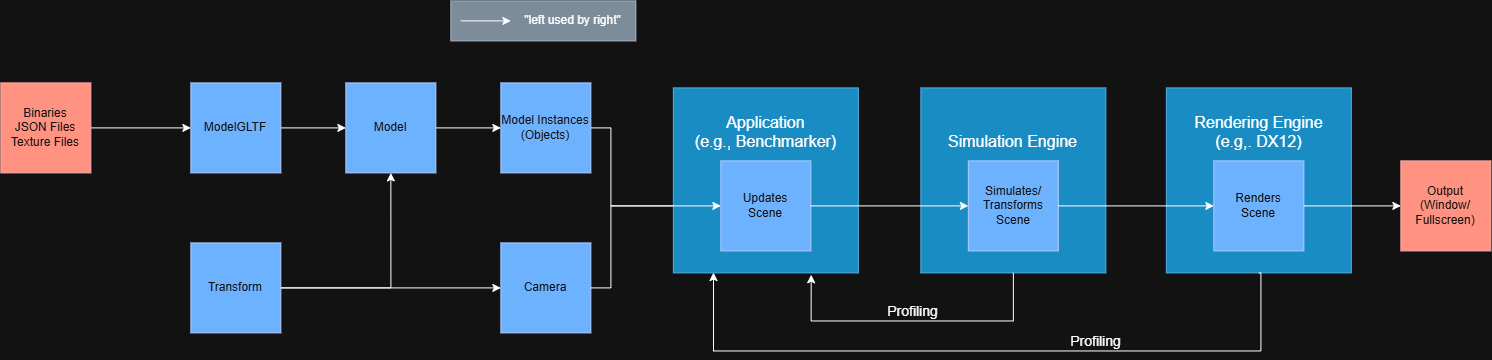
Above: docs/images/BasicArchitecture.png in aanupam3/BouncyRoomDX12 (draw.io), before the change. Source tidied: cells renumbered, new cells last; positions are measured from the earlier drawing's top-left corner, leaving out a move shared by most shapes.
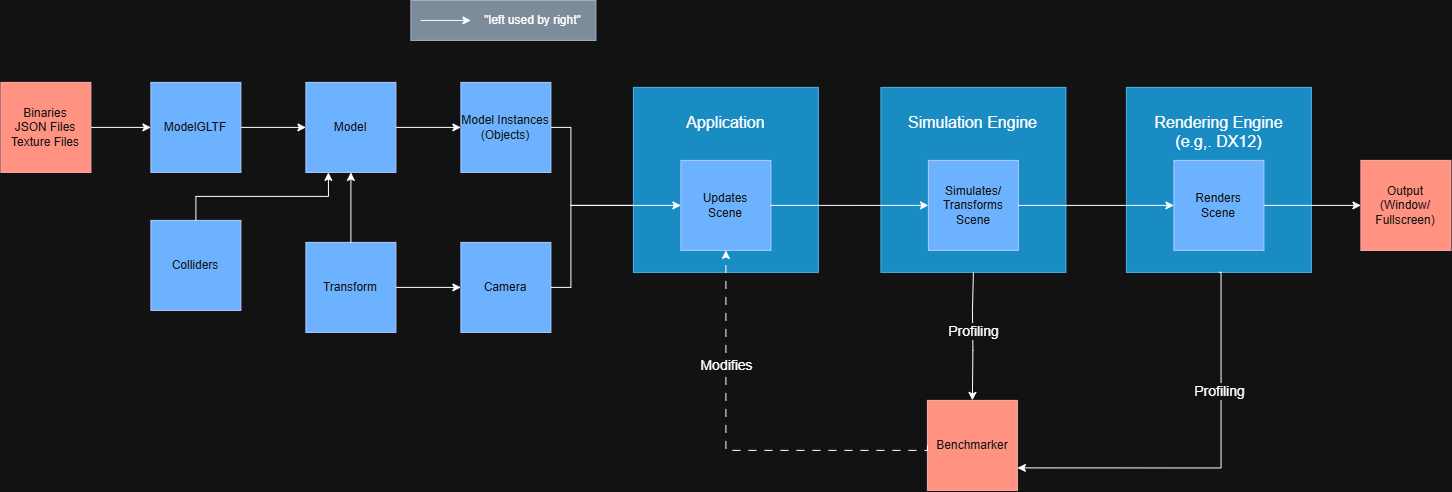
The same file after the commit.

What changed in the source:
```diff
@@ -26,7 +26,7 @@
       <mxGeometry relative="1" as="geometry" />
     </mxCell>
     <mxCell id="8" value="Transform" style="whiteSpace=wrap;html=1;fillColor=#0050ef;fontColor=#ffffff;strokeColor=#001DBC;" parent="1" vertex="1">
-      <mxGeometry x="190" y="242" width="90" height="90" as="geometry" />
+      <mxGeometry x="345" y="242" width="90" height="90" as="geometry" />
     </mxCell>
     <mxCell id="9" style="edgeStyle=orthogonalEdgeStyle;rounded=0;jettySize=auto;html=1;entryX=0.5;entryY=1;entryDx=0;entryDy=0;" parent="1" edge="1" source="8" target="6">
       <mxGeometry relative="1" as="geometry" />
@@ -58,12 +58,12 @@
       <mxGeometry relative="1" as="geometry" />
     </mxCell>
     <mxCell id="17" value="Binaries&lt;br&gt;JSON Files&lt;br&gt;Texture Files" style="whiteSpace=wrap;html=1;fillColor=#e51400;fontColor=#ffffff;strokeColor=#B20000;" parent="1" vertex="1">
-      <mxGeometry y="82" width="90" height="90" as="geometry" />
+      <mxGeometry x="40" y="82" width="90" height="90" as="geometry" />
     </mxCell>
     <mxCell id="18" style="group;" parent="1" vertex="1">
       <mxGeometry x="920" y="87" width="185" height="185" as="geometry" />
     </mxCell>
-    <mxCell id="19" value="&lt;div&gt;&lt;font style=&quot;font-size: 16px; color: light-dark(rgb(0, 0, 0), rgb(255, 255, 255));&quot;&gt;&lt;br&gt;&lt;/font&gt;&lt;/div&gt;&lt;font style=&quot;font-size: 16px; color: light-dark(rgb(0, 0, 0), rgb(255, 255, 255));&quot;&gt;&lt;br&gt;Simulation Engine&lt;br&gt;&lt;/font&gt;" style="whiteSpace=wrap;html=1;fillColor=#1ba1e2;fontColor=#ffffff;strokeColor=#006EAF;align=center;horizontal=1;verticalAlign=top;" parent="18" vertex="1">
+    <mxCell id="19" value="&lt;div&gt;&lt;span style=&quot;color: light-dark(rgb(0, 0, 0), rgb(255, 255, 255)); font-size: 16px; background-color: transparent;&quot;&gt;&lt;br&gt;Simulation Engine&lt;/span&gt;&lt;/div&gt;" style="whiteSpace=wrap;html=1;fillColor=#1ba1e2;fontColor=#ffffff;strokeColor=#006EAF;align=center;horizontal=1;verticalAlign=top;" parent="18" vertex="1">
       <mxGeometry width="185" height="185" as="geometry" />
     </mxCell>
     <mxCell id="20" value="Simulates/&lt;br&gt;Transforms&lt;br&gt;Scene" style="whiteSpace=wrap;html=1;fillColor=#0050ef;fontColor=#ffffff;strokeColor=#001DBC;" parent="18" vertex="1">
@@ -81,7 +81,7 @@
     <mxCell id="24" style="group;" parent="1" vertex="1">
       <mxGeometry x="672.5" y="87" width="185" height="185" as="geometry" />
     </mxCell>
-    <mxCell id="25" value="&lt;font style=&quot;font-size: 16px; color: light-dark(rgb(0, 0, 0), rgb(255, 255, 255));&quot;&gt;&lt;br&gt;Application&lt;br&gt;(e.g., Benchmarker)&lt;/font&gt;" style="whiteSpace=wrap;html=1;fillColor=#1ba1e2;fontColor=#ffffff;strokeColor=#006EAF;align=center;horizontal=1;verticalAlign=top;" parent="24" vertex="1">
+    <mxCell id="25" value="&lt;font style=&quot;font-size: 16px; color: light-dark(rgb(0, 0, 0), rgb(255, 255, 255));&quot;&gt;&lt;br&gt;Application&lt;br&gt;&lt;/font&gt;" style="whiteSpace=wrap;html=1;fillColor=#1ba1e2;fontColor=#ffffff;strokeColor=#006EAF;align=center;horizontal=1;verticalAlign=top;" parent="24" vertex="1">
       <mxGeometry width="185" height="185" as="geometry" />
     </mxCell>
     <mxCell id="26" value="Updates&lt;br&gt;Scene" style="whiteSpace=wrap;html=1;fillColor=#0050ef;fontColor=#ffffff;strokeColor=#001DBC;" parent="24" vertex="1">
@@ -96,7 +96,12 @@
       </mxGeometry>
     </mxCell>
     <mxCell id="28" style="edgeStyle=orthogonalEdgeStyle;rounded=0;jettySize=auto;html=1;exitX=1;exitY=0.5;exitDx=0;exitDy=0;" parent="1" edge="1" source="26" target="20">
-      <mxGeometry relative="1" as="geometry" />
+      <mxGeometry relative="1" as="geometry">
+        <Array as="points">
+          <mxPoint x="900" y="205" />
+          <mxPoint x="900" y="205" />
+        </Array>
+      </mxGeometry>
     </mxCell>
     <mxCell id="29" style="edgeStyle=orthogonalEdgeStyle;rounded=0;jettySize=auto;html=1;exitX=1;exitY=0.5;exitDx=0;exitDy=0;" parent="1" edge="1" source="20" target="23">
       <mxGeometry relative="1" as="geometry" />
@@ -104,32 +109,56 @@
     <mxCell id="30" style="edgeStyle=orthogonalEdgeStyle;rounded=0;jettySize=auto;html=1;entryX=0;entryY=0.5;entryDx=0;entryDy=0;exitX=1;exitY=0.5;exitDx=0;exitDy=0;" parent="1" edge="1" source="23" target="15">
       <mxGeometry relative="1" as="geometry" />
     </mxCell>
-    <mxCell id="31" style="edgeStyle=orthogonalEdgeStyle;rounded=0;jettySize=auto;html=1;exitX=0.5;exitY=1;exitDx=0;exitDy=0;entryX=0.745;entryY=1.01;entryDx=0;entryDy=0;entryPerimeter=0;" parent="1" edge="1" source="19" target="25">
+    <mxCell id="31" style="edgeStyle=orthogonalEdgeStyle;rounded=0;jettySize=auto;html=1;entryX=0.5;entryY=0;entryDx=0;entryDy=0;exitX=0.5;exitY=1;exitDx=0;exitDy=0;" parent="1" edge="1" source="19" target="35">
       <mxGeometry relative="1" as="geometry">
         <Array as="points">
-          <mxPoint x="1012.5" y="320.1" />
-          <mxPoint x="810.1" y="320.1" />
+          <mxPoint x="1011.5" y="272" />
+          <mxPoint x="1011.5" y="310.1" />
+          <mxPoint x="1012" y="310.1" />
+          <mxPoint x="1012" y="350" />
+          <mxPoint x="1011.5" y="350" />
         </Array>
       </mxGeometry>
     </mxCell>
     <mxCell id="32" value="Profiling" style="edgeLabel;html=1;align=center;verticalAlign=middle;fontSize=14;" parent="31" vertex="1">
       <mxGeometry x="0.09" y="7" relative="1" as="geometry">
-        <mxPoint x="13" y="-17" as="offset" />
+        <mxPoint x="-7" y="-12" as="offset" />
       </mxGeometry>
     </mxCell>
-    <mxCell id="33" style="edgeStyle=orthogonalEdgeStyle;rounded=0;jettySize=auto;html=1;exitX=0.5;exitY=1;exitDx=0;exitDy=0;entryX=0.217;entryY=0.998;entryDx=0;entryDy=0;entryPerimeter=0;" parent="1" edge="1" source="22" target="25">
+    <mxCell id="33" style="edgeStyle=orthogonalEdgeStyle;rounded=0;jettySize=auto;html=1;exitX=0.5;exitY=1;exitDx=0;exitDy=0;entryX=1;entryY=0.75;entryDx=0;entryDy=0;" parent="1" edge="1" source="22" target="35">
       <mxGeometry relative="1" as="geometry">
         <Array as="points">
-          <mxPoint x="1260.1" y="272.1" />
-          <mxPoint x="1260.1" y="350.1" />
-          <mxPoint x="712.6" y="350.1" />
+          <mxPoint x="1260.1" y="272" />
+          <mxPoint x="1260.1" y="467.5" />
         </Array>
       </mxGeometry>
     </mxCell>
     <mxCell id="34" value="Profiling" style="edgeLabel;html=1;align=center;verticalAlign=middle;fontSize=14;" parent="33" vertex="1">
       <mxGeometry x="0.09" y="7" relative="1" as="geometry">
-        <mxPoint x="140" y="-17" as="offset" />
+        <mxPoint x="20" y="-84" as="offset" />
       </mxGeometry>
     </mxCell>
+    <mxCell id="35" value="Benchmarker" style="whiteSpace=wrap;html=1;fillColor=#e51400;fontColor=#ffffff;strokeColor=#B20000;" parent="1" vertex="1">
+      <mxGeometry x="966.5" y="400" width="90" height="90" as="geometry" />
+    </mxCell>
+    <mxCell id="36" style="edgeStyle=orthogonalEdgeStyle;rounded=0;jettySize=auto;html=1;exitX=0;exitY=0.5;exitDx=0;exitDy=0;entryX=0.5;entryY=1;entryDx=0;entryDy=0;dashed=1;dashPattern=8 8;" parent="1" edge="1" source="35" target="26">
+      <mxGeometry relative="1" as="geometry">
+        <Array as="points">
+          <mxPoint x="966.6" y="450" />
+          <mxPoint x="765" y="450" />
+        </Array>
+      </mxGeometry>
+    </mxCell>
+    <mxCell id="37" value="Modifies" style="edgeLabel;html=1;align=center;verticalAlign=middle;fontSize=14;" parent="36" vertex="1">
+      <mxGeometry x="0.41" y="5" relative="1" as="geometry">
+        <mxPoint x="5" y="-6" as="offset" />
+      </mxGeometry>
+    </mxCell>
+    <mxCell id="38" value="Colliders" style="whiteSpace=wrap;html=1;fillColor=#0050ef;fontColor=#ffffff;strokeColor=#001DBC;" parent="1" vertex="1">
+      <mxGeometry x="190" y="220" width="90" height="90" as="geometry" />
+    </mxCell>
+    <mxCell id="39" style="edgeStyle=orthogonalEdgeStyle;rounded=0;jettySize=auto;html=1;entryX=0.25;entryY=1;entryDx=0;entryDy=0;exitX=0.5;exitY=0;exitDx=0;exitDy=0;" parent="1" edge="1" source="38" target="6">
+      <mxGeometry relative="1" as="geometry" />
+    </mxCell>
   </root>
 </mxGraphModel>
```
